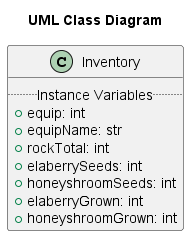
This is uml/inventory.png from teldrynsero/OOP-FinalProject-SpaceGame, a PlantUML export, as it was before one commit.
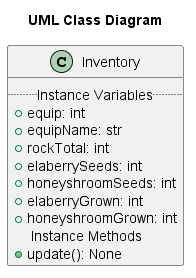
The same diagram one commit later.

What changed in the source:
```diff
@@ -10,5 +10,7 @@
     + honeyshroomSeeds: int
     + elaberryGrown: int
     + honeyshroomGrown: int
+    .. Instance Methods ..
+    + update(): None
 }
 @enduml
```
